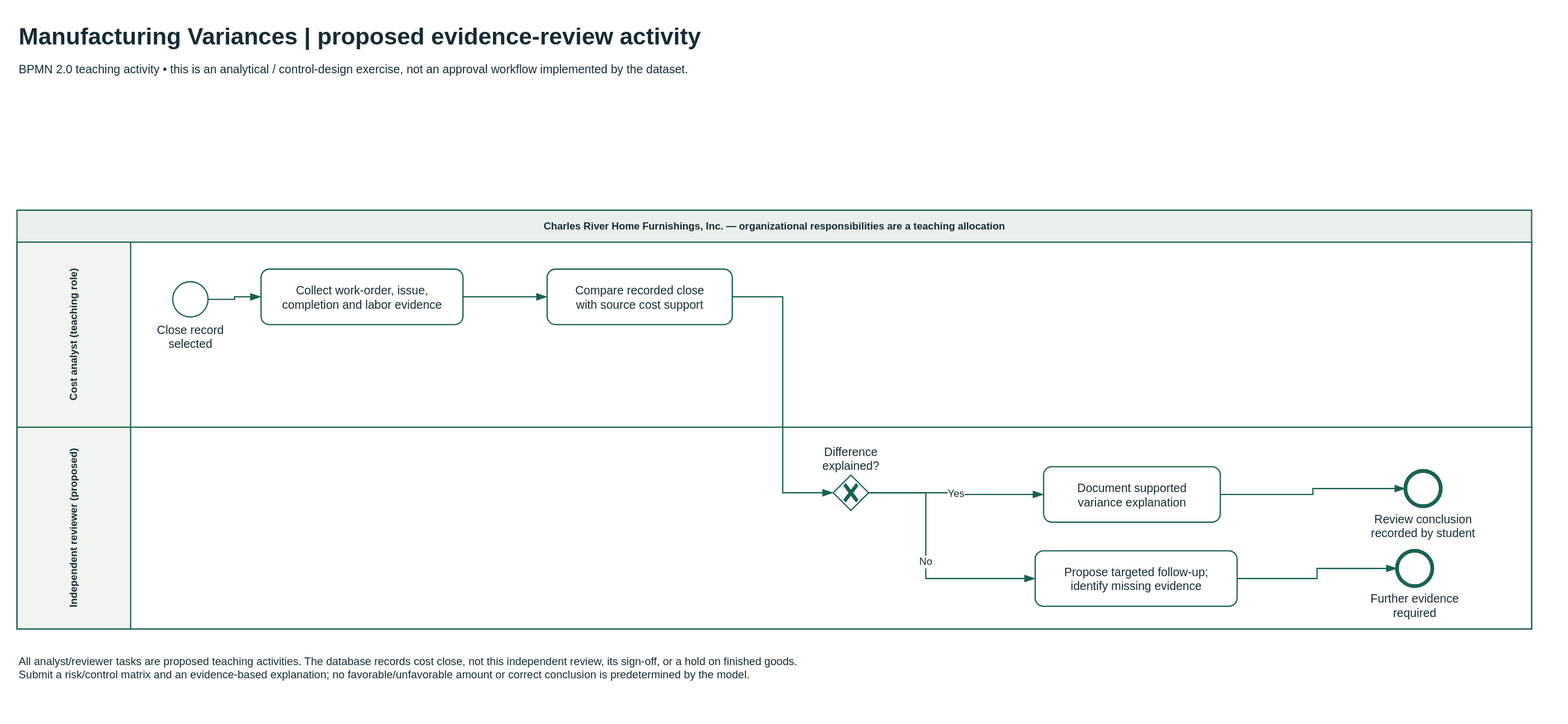
mmcodesso/CharlesRiver_Database keeps this draw.io diagram as static/diagrams/bpmn/manufacturing-variances.svg. Above is the earlier version. Source tidied: cells renumbered, new cells last; positions are measured from the earlier drawing's top-left corner, leaving out a move shared by most shapes. Source of this version:
```xml
<mxGraphModel background="#FFFFFF">
  <root>
    <mxCell id="0" />
    <mxCell id="1" parent="0" />
    <mxCell id="2" value="Manufacturing Variances | proposed evidence-review activity" style="html=0;fontFamily=Arial;fontSize=14;fontColor=#152b35;strokeColor=#196252;strokeWidth=1.5;fillColor=#FFFFFF;whiteSpace=wrap;text;strokeColor=none;fillColor=none;fontSize=28;align=left;fontStyle=1;" parent="1" vertex="1">
      <mxGeometry width="1800" height="40" as="geometry" />
    </mxCell>
    <mxCell id="3" value="BPMN 2.0 teaching activity • this is an analytical / control-design exercise, not an approval workflow implemented by the dataset." style="html=0;fontFamily=Arial;fontSize=14;fontColor=#152b35;strokeColor=#196252;strokeWidth=1.5;fillColor=#FFFFFF;whiteSpace=wrap;text;strokeColor=none;fillColor=none;fontSize=14;align=left;" parent="1" vertex="1">
      <mxGeometry y="47" width="1800" height="34" as="geometry" />
    </mxCell>
    <mxCell id="4" value="Charles River Home Furnishings, Inc. — organizational responsibilities are a teaching allocation" style="html=0;fontFamily=Arial;fontSize=14;fontColor=#152b35;strokeColor=#196252;strokeWidth=1.5;fillColor=#FFFFFF;whiteSpace=wrap;swimlane;horizontal=1;startSize=38;fontStyle=1;fillColor=#E9EFEA;swimlaneFillColor=#FFFFFF;" parent="1" vertex="1">
      <mxGeometry y="230" width="1800" height="498" as="geometry" />
    </mxCell>
    <mxCell id="5" value="Cost analyst (teaching role)" style="html=0;fontFamily=Arial;fontSize=14;fontColor=#152b35;strokeColor=#196252;strokeWidth=1.5;fillColor=#FFFFFF;whiteSpace=wrap;swimlane;horizontal=0;startSize=135;fontStyle=1;fillColor=#F2F4EF;swimlaneFillColor=#FFFFFF;" parent="4" vertex="1">
      <mxGeometry y="38" width="1800" height="220" as="geometry" />
    </mxCell>
    <mxCell id="6" value="Close record&#10;selected" style="html=0;fontFamily=Arial;fontSize=14;fontColor=#152b35;strokeColor=#196252;strokeWidth=1.5;fillColor=#FFFFFF;whiteSpace=wrap;shape=mxgraph.bpmn.event;outline=standard;symbol=general;perimeter=ellipsePerimeter;verticalLabelPosition=bottom;verticalAlign=top;labelBackgroundColor=#FFFFFF;labelWidth=140;" parent="5" vertex="1">
      <mxGeometry x="185" y="47" width="42" height="42" as="geometry" />
    </mxCell>
    <mxCell id="7" value="Collect work-order, issue,&#10;completion and labor evidence" style="html=0;fontFamily=Arial;fontSize=14;fontColor=#152b35;strokeColor=#196252;strokeWidth=1.5;fillColor=#FFFFFF;whiteSpace=wrap;shape=mxgraph.bpmn.task2;rectStyle=rounded;size=10;taskMarker=abstract;" parent="5" vertex="1">
      <mxGeometry x="290" y="32" width="240" height="66" as="geometry" />
    </mxCell>
    <mxCell id="8" value="Compare recorded close&#10;with source cost support" style="html=0;fontFamily=Arial;fontSize=14;fontColor=#152b35;strokeColor=#196252;strokeWidth=1.5;fillColor=#FFFFFF;whiteSpace=wrap;shape=mxgraph.bpmn.task2;rectStyle=rounded;size=10;taskMarker=abstract;" parent="5" vertex="1">
      <mxGeometry x="630" y="32" width="220" height="66" as="geometry" />
    </mxCell>
    <mxCell id="9" value="Independent reviewer (proposed)" style="html=0;fontFamily=Arial;fontSize=14;fontColor=#152b35;strokeColor=#196252;strokeWidth=1.5;fillColor=#FFFFFF;whiteSpace=wrap;swimlane;horizontal=0;startSize=135;fontStyle=1;fillColor=#F2F4EF;swimlaneFillColor=#FFFFFF;" parent="4" vertex="1">
      <mxGeometry y="258" width="1800" height="240" as="geometry" />
    </mxCell>
    <mxCell id="10" value="Difference&#10;explained?" style="html=0;fontFamily=Arial;fontSize=14;fontColor=#152b35;strokeColor=#196252;strokeWidth=1.5;fillColor=#FFFFFF;whiteSpace=wrap;shape=mxgraph.bpmn.gateway2;outline=none;symbol=none;gwType=exclusive;perimeter=rhombusPerimeter;verticalLabelPosition=top;verticalAlign=bottom;labelBackgroundColor=#FFFFFF;labelWidth=140;" parent="9" vertex="1">
      <mxGeometry x="970" y="57" width="42" height="42" as="geometry" />
    </mxCell>
    <mxCell id="11" value="Document supported&#10;variance explanation" style="html=0;fontFamily=Arial;fontSize=14;fontColor=#152b35;strokeColor=#196252;strokeWidth=1.5;fillColor=#FFFFFF;whiteSpace=wrap;shape=mxgraph.bpmn.task2;rectStyle=rounded;size=10;taskMarker=abstract;" parent="9" vertex="1">
      <mxGeometry x="1220" y="47" width="210" height="66" as="geometry" />
    </mxCell>
    <mxCell id="12" value="Review conclusion&#10;recorded by student" style="html=0;fontFamily=Arial;fontSize=14;fontColor=#152b35;strokeColor=#196252;strokeWidth=1.5;fillColor=#FFFFFF;whiteSpace=wrap;shape=mxgraph.bpmn.event;outline=end;symbol=general;perimeter=ellipsePerimeter;verticalLabelPosition=bottom;verticalAlign=top;labelBackgroundColor=#FFFFFF;labelWidth=140;" parent="9" vertex="1">
      <mxGeometry x="1650" y="52" width="42" height="42" as="geometry" />
    </mxCell>
    <mxCell id="13" value="Propose targeted follow-up;&#10;identify missing evidence" style="html=0;fontFamily=Arial;fontSize=14;fontColor=#152b35;strokeColor=#196252;strokeWidth=1.5;fillColor=#FFFFFF;whiteSpace=wrap;shape=mxgraph.bpmn.task2;rectStyle=rounded;size=10;taskMarker=abstract;" parent="9" vertex="1">
      <mxGeometry x="1210" y="147" width="240" height="66" as="geometry" />
    </mxCell>
    <mxCell id="14" value="Further evidence&#10;required" style="html=0;fontFamily=Arial;fontSize=14;fontColor=#152b35;strokeColor=#196252;strokeWidth=1.5;fillColor=#FFFFFF;whiteSpace=wrap;shape=mxgraph.bpmn.event;outline=end;symbol=general;perimeter=ellipsePerimeter;verticalLabelPosition=bottom;verticalAlign=top;labelBackgroundColor=#FFFFFF;labelWidth=140;" parent="9" vertex="1">
      <mxGeometry x="1640" y="147" width="42" height="42" as="geometry" />
    </mxCell>
    <mxCell id="15" style="html=0;fontFamily=Arial;fontSize=14;fontColor=#152b35;strokeColor=#196252;strokeWidth=1.5;fillColor=#FFFFFF;whiteSpace=wrap;edgeStyle=orthogonalEdgeStyle;rounded=0;jettySize=15;fontSize=12;labelBackgroundColor=#FFFFFF;startArrow=none;endArrow=blockThin;endFill=1;endSize=9;" parent="1" edge="1" source="6" target="7">
      <mxGeometry relative="1" as="geometry" />
    </mxCell>
    <mxCell id="16" style="html=0;fontFamily=Arial;fontSize=14;fontColor=#152b35;strokeColor=#196252;strokeWidth=1.5;fillColor=#FFFFFF;whiteSpace=wrap;edgeStyle=orthogonalEdgeStyle;rounded=0;jettySize=15;fontSize=12;labelBackgroundColor=#FFFFFF;startArrow=none;endArrow=blockThin;endFill=1;endSize=9;" parent="1" edge="1" source="7" target="8">
      <mxGeometry relative="1" as="geometry" />
    </mxCell>
    <mxCell id="17" style="html=0;fontFamily=Arial;fontSize=14;fontColor=#152b35;strokeColor=#196252;strokeWidth=1.5;fillColor=#FFFFFF;whiteSpace=wrap;edgeStyle=orthogonalEdgeStyle;rounded=0;jettySize=15;fontSize=12;labelBackgroundColor=#FFFFFF;startArrow=none;endArrow=blockThin;endFill=1;endSize=9;" parent="1" edge="1" source="8" target="10">
      <mxGeometry relative="1" as="geometry">
        <Array as="points">
          <mxPoint x="910" y="333" />
          <mxPoint x="910" y="566" />
        </Array>
      </mxGeometry>
    </mxCell>
    <mxCell id="18" value="Yes" style="html=0;fontFamily=Arial;fontSize=14;fontColor=#152b35;strokeColor=#196252;strokeWidth=1.5;fillColor=#FFFFFF;whiteSpace=wrap;edgeStyle=orthogonalEdgeStyle;rounded=0;jettySize=15;fontSize=12;labelBackgroundColor=#FFFFFF;startArrow=none;endArrow=blockThin;endFill=1;endSize=9;" parent="1" edge="1" source="10" target="11">
      <mxGeometry relative="1" as="geometry" />
    </mxCell>
    <mxCell id="19" style="html=0;fontFamily=Arial;fontSize=14;fontColor=#152b35;strokeColor=#196252;strokeWidth=1.5;fillColor=#FFFFFF;whiteSpace=wrap;edgeStyle=orthogonalEdgeStyle;rounded=0;jettySize=15;fontSize=12;labelBackgroundColor=#FFFFFF;startArrow=none;endArrow=blockThin;endFill=1;endSize=9;" parent="1" edge="1" source="11" target="12">
      <mxGeometry relative="1" as="geometry" />
    </mxCell>
    <mxCell id="20" value="No" style="html=0;fontFamily=Arial;fontSize=14;fontColor=#152b35;strokeColor=#196252;strokeWidth=1.5;fillColor=#FFFFFF;whiteSpace=wrap;edgeStyle=orthogonalEdgeStyle;rounded=0;jettySize=15;fontSize=12;labelBackgroundColor=#FFFFFF;startArrow=none;endArrow=blockThin;endFill=1;endSize=9;" parent="1" edge="1" source="10" target="13">
      <mxGeometry relative="1" as="geometry">
        <Array as="points">
          <mxPoint x="1080" y="566" />
          <mxPoint x="1080" y="668" />
        </Array>
      </mxGeometry>
    </mxCell>
    <mxCell id="21" style="html=0;fontFamily=Arial;fontSize=14;fontColor=#152b35;strokeColor=#196252;strokeWidth=1.5;fillColor=#FFFFFF;whiteSpace=wrap;edgeStyle=orthogonalEdgeStyle;rounded=0;jettySize=15;fontSize=12;labelBackgroundColor=#FFFFFF;startArrow=none;endArrow=blockThin;endFill=1;endSize=9;" parent="1" edge="1" source="13" target="14">
      <mxGeometry relative="1" as="geometry" />
    </mxCell>
    <mxCell id="22" value="All analyst/reviewer tasks are proposed teaching activities. The database records cost close, not this independent review, its sign-off, or a hold on finished goods.&#10;Submit a risk/control matrix and an evidence-based explanation; no favorable/unfavorable amount or correct conclusion is predetermined by the model." style="html=0;fontFamily=Arial;fontSize=14;fontColor=#152b35;strokeColor=#196252;strokeWidth=1.5;fillColor=#FFFFFF;whiteSpace=wrap;text;strokeColor=none;fillColor=none;fontSize=13;align=left;" parent="1" vertex="1">
      <mxGeometry y="752" width="1800" height="48" as="geometry" />
    </mxCell>
  </root>
</mxGraphModel>
```
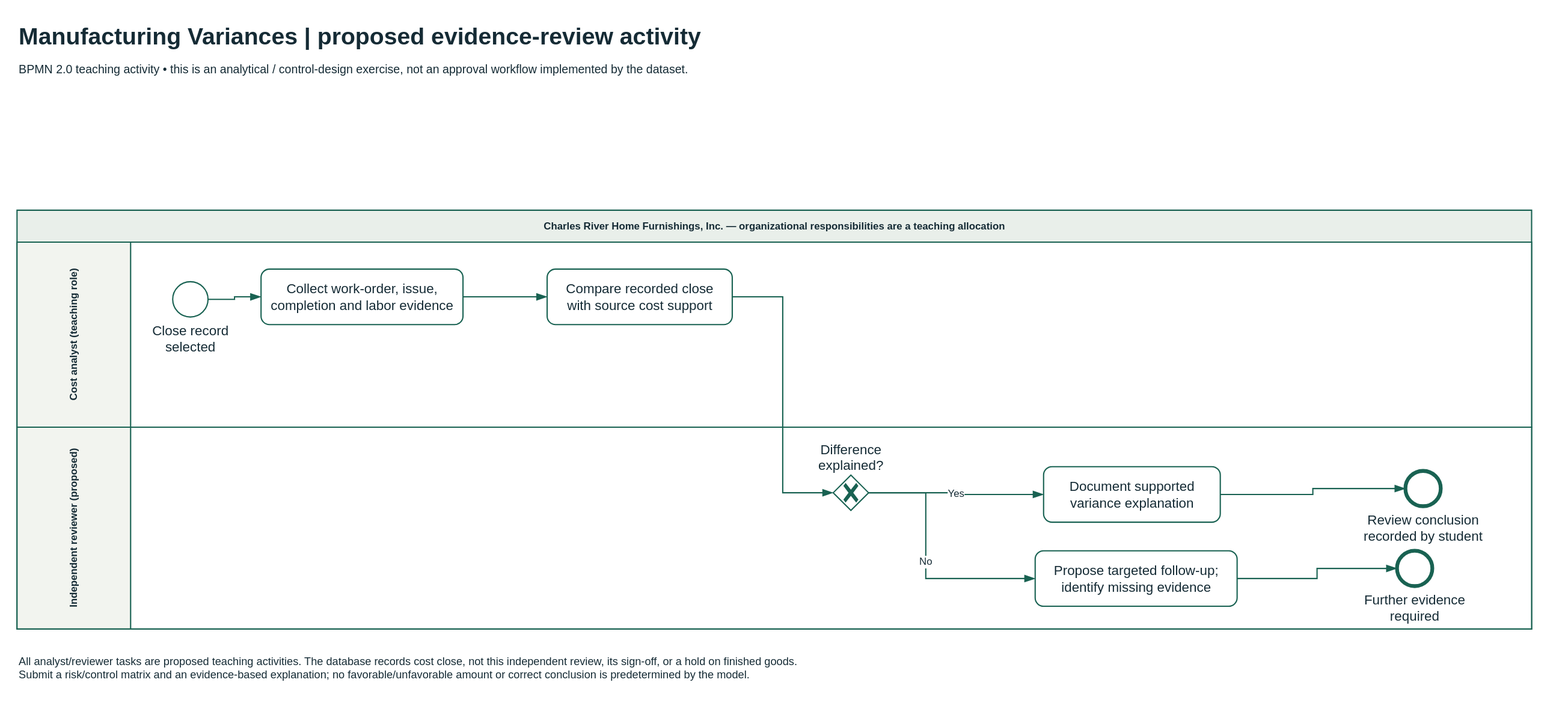
After the commit.

Change to the diagram source:
```diff
@@ -14,31 +14,31 @@
     <mxCell id="5" value="Cost analyst (teaching role)" style="html=0;fontFamily=Arial;fontSize=14;fontColor=#152b35;strokeColor=#196252;strokeWidth=1.5;fillColor=#FFFFFF;whiteSpace=wrap;swimlane;horizontal=0;startSize=135;fontStyle=1;fillColor=#F2F4EF;swimlaneFillColor=#FFFFFF;" parent="4" vertex="1">
       <mxGeometry y="38" width="1800" height="220" as="geometry" />
     </mxCell>
-    <mxCell id="6" value="Close record&#10;selected" style="html=0;fontFamily=Arial;fontSize=14;fontColor=#152b35;strokeColor=#196252;strokeWidth=1.5;fillColor=#FFFFFF;whiteSpace=wrap;shape=mxgraph.bpmn.event;outline=standard;symbol=general;perimeter=ellipsePerimeter;verticalLabelPosition=bottom;verticalAlign=top;labelBackgroundColor=#FFFFFF;labelWidth=140;" parent="5" vertex="1">
+    <mxCell id="6" value="Close record&#10;selected" style="html=0;fontFamily=Arial;fontColor=#152b35;strokeColor=#196252;strokeWidth=1.5;fillColor=#FFFFFF;whiteSpace=wrap;shape=mxgraph.bpmn.event;outline=standard;symbol=general;perimeter=ellipsePerimeter;verticalLabelPosition=bottom;verticalAlign=top;labelBackgroundColor=#FFFFFF;labelWidth=140;fontSize=16;" parent="5" vertex="1">
       <mxGeometry x="185" y="47" width="42" height="42" as="geometry" />
     </mxCell>
-    <mxCell id="7" value="Collect work-order, issue,&#10;completion and labor evidence" style="html=0;fontFamily=Arial;fontSize=14;fontColor=#152b35;strokeColor=#196252;strokeWidth=1.5;fillColor=#FFFFFF;whiteSpace=wrap;shape=mxgraph.bpmn.task2;rectStyle=rounded;size=10;taskMarker=abstract;" parent="5" vertex="1">
+    <mxCell id="7" value="Collect work-order, issue,&#10;completion and labor evidence" style="html=0;fontFamily=Arial;fontColor=#152b35;strokeColor=#196252;strokeWidth=1.5;fillColor=#FFFFFF;whiteSpace=wrap;shape=mxgraph.bpmn.task2;rectStyle=rounded;size=10;taskMarker=abstract;fontSize=16;" parent="5" vertex="1">
       <mxGeometry x="290" y="32" width="240" height="66" as="geometry" />
     </mxCell>
-    <mxCell id="8" value="Compare recorded close&#10;with source cost support" style="html=0;fontFamily=Arial;fontSize=14;fontColor=#152b35;strokeColor=#196252;strokeWidth=1.5;fillColor=#FFFFFF;whiteSpace=wrap;shape=mxgraph.bpmn.task2;rectStyle=rounded;size=10;taskMarker=abstract;" parent="5" vertex="1">
+    <mxCell id="8" value="Compare recorded close&#10;with source cost support" style="html=0;fontFamily=Arial;fontColor=#152b35;strokeColor=#196252;strokeWidth=1.5;fillColor=#FFFFFF;whiteSpace=wrap;shape=mxgraph.bpmn.task2;rectStyle=rounded;size=10;taskMarker=abstract;fontSize=16;" parent="5" vertex="1">
       <mxGeometry x="630" y="32" width="220" height="66" as="geometry" />
     </mxCell>
     <mxCell id="9" value="Independent reviewer (proposed)" style="html=0;fontFamily=Arial;fontSize=14;fontColor=#152b35;strokeColor=#196252;strokeWidth=1.5;fillColor=#FFFFFF;whiteSpace=wrap;swimlane;horizontal=0;startSize=135;fontStyle=1;fillColor=#F2F4EF;swimlaneFillColor=#FFFFFF;" parent="4" vertex="1">
       <mxGeometry y="258" width="1800" height="240" as="geometry" />
     </mxCell>
-    <mxCell id="10" value="Difference&#10;explained?" style="html=0;fontFamily=Arial;fontSize=14;fontColor=#152b35;strokeColor=#196252;strokeWidth=1.5;fillColor=#FFFFFF;whiteSpace=wrap;shape=mxgraph.bpmn.gateway2;outline=none;symbol=none;gwType=exclusive;perimeter=rhombusPerimeter;verticalLabelPosition=top;verticalAlign=bottom;labelBackgroundColor=#FFFFFF;labelWidth=140;" parent="9" vertex="1">
+    <mxCell id="10" value="Difference&#10;explained?" style="html=0;fontFamily=Arial;fontColor=#152b35;strokeColor=#196252;strokeWidth=1.5;fillColor=#FFFFFF;whiteSpace=wrap;shape=mxgraph.bpmn.gateway2;outline=none;symbol=none;gwType=exclusive;perimeter=rhombusPerimeter;verticalLabelPosition=top;verticalAlign=bottom;labelBackgroundColor=#FFFFFF;labelWidth=140;fontSize=16;" parent="9" vertex="1">
       <mxGeometry x="970" y="57" width="42" height="42" as="geometry" />
     </mxCell>
-    <mxCell id="11" value="Document supported&#10;variance explanation" style="html=0;fontFamily=Arial;fontSize=14;fontColor=#152b35;strokeColor=#196252;strokeWidth=1.5;fillColor=#FFFFFF;whiteSpace=wrap;shape=mxgraph.bpmn.task2;rectStyle=rounded;size=10;taskMarker=abstract;" parent="9" vertex="1">
+    <mxCell id="11" value="Document supported&#10;variance explanation" style="html=0;fontFamily=Arial;fontColor=#152b35;strokeColor=#196252;strokeWidth=1.5;fillColor=#FFFFFF;whiteSpace=wrap;shape=mxgraph.bpmn.task2;rectStyle=rounded;size=10;taskMarker=abstract;fontSize=16;" parent="9" vertex="1">
       <mxGeometry x="1220" y="47" width="210" height="66" as="geometry" />
     </mxCell>
-    <mxCell id="12" value="Review conclusion&#10;recorded by student" style="html=0;fontFamily=Arial;fontSize=14;fontColor=#152b35;strokeColor=#196252;strokeWidth=1.5;fillColor=#FFFFFF;whiteSpace=wrap;shape=mxgraph.bpmn.event;outline=end;symbol=general;perimeter=ellipsePerimeter;verticalLabelPosition=bottom;verticalAlign=top;labelBackgroundColor=#FFFFFF;labelWidth=140;" parent="9" vertex="1">
+    <mxCell id="12" value="Review conclusion&#10;recorded by student" style="html=0;fontFamily=Arial;fontColor=#152b35;strokeColor=#196252;strokeWidth=1.5;fillColor=#FFFFFF;whiteSpace=wrap;shape=mxgraph.bpmn.event;outline=end;symbol=general;perimeter=ellipsePerimeter;verticalLabelPosition=bottom;verticalAlign=top;labelBackgroundColor=#FFFFFF;labelWidth=140;fontSize=16;" parent="9" vertex="1">
       <mxGeometry x="1650" y="52" width="42" height="42" as="geometry" />
     </mxCell>
-    <mxCell id="13" value="Propose targeted follow-up;&#10;identify missing evidence" style="html=0;fontFamily=Arial;fontSize=14;fontColor=#152b35;strokeColor=#196252;strokeWidth=1.5;fillColor=#FFFFFF;whiteSpace=wrap;shape=mxgraph.bpmn.task2;rectStyle=rounded;size=10;taskMarker=abstract;" parent="9" vertex="1">
+    <mxCell id="13" value="Propose targeted follow-up;&#10;identify missing evidence" style="html=0;fontFamily=Arial;fontColor=#152b35;strokeColor=#196252;strokeWidth=1.5;fillColor=#FFFFFF;whiteSpace=wrap;shape=mxgraph.bpmn.task2;rectStyle=rounded;size=10;taskMarker=abstract;fontSize=16;" parent="9" vertex="1">
       <mxGeometry x="1210" y="147" width="240" height="66" as="geometry" />
     </mxCell>
-    <mxCell id="14" value="Further evidence&#10;required" style="html=0;fontFamily=Arial;fontSize=14;fontColor=#152b35;strokeColor=#196252;strokeWidth=1.5;fillColor=#FFFFFF;whiteSpace=wrap;shape=mxgraph.bpmn.event;outline=end;symbol=general;perimeter=ellipsePerimeter;verticalLabelPosition=bottom;verticalAlign=top;labelBackgroundColor=#FFFFFF;labelWidth=140;" parent="9" vertex="1">
+    <mxCell id="14" value="Further evidence&#10;required" style="html=0;fontFamily=Arial;fontColor=#152b35;strokeColor=#196252;strokeWidth=1.5;fillColor=#FFFFFF;whiteSpace=wrap;shape=mxgraph.bpmn.event;outline=end;symbol=general;perimeter=ellipsePerimeter;verticalLabelPosition=bottom;verticalAlign=top;labelBackgroundColor=#FFFFFF;labelWidth=140;fontSize=16;" parent="9" vertex="1">
       <mxGeometry x="1640" y="147" width="42" height="42" as="geometry" />
     </mxCell>
     <mxCell id="15" style="html=0;fontFamily=Arial;fontSize=14;fontColor=#152b35;strokeColor=#196252;strokeWidth=1.5;fillColor=#FFFFFF;whiteSpace=wrap;edgeStyle=orthogonalEdgeStyle;rounded=0;jettySize=15;fontSize=12;labelBackgroundColor=#FFFFFF;startArrow=none;endArrow=blockThin;endFill=1;endSize=9;" parent="1" edge="1" source="6" target="7">
```
